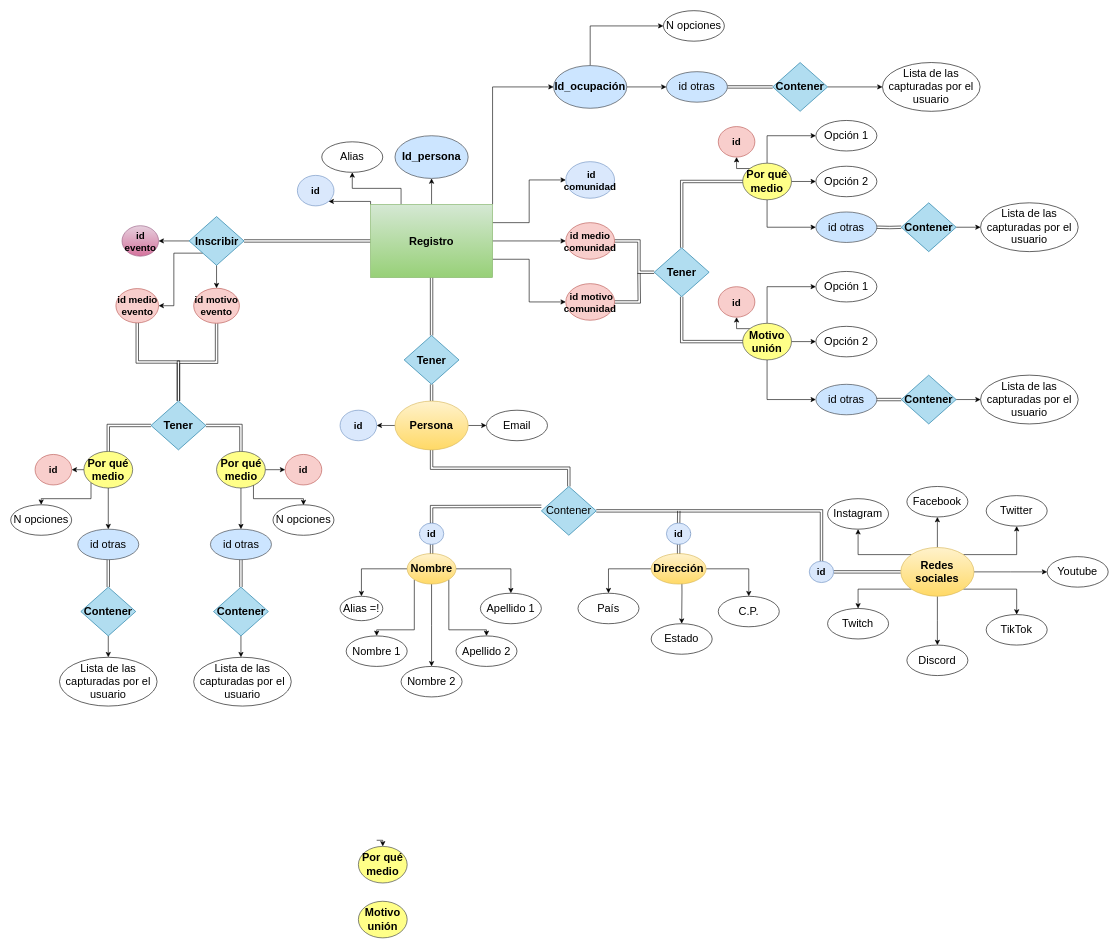
Before: page "Page-4" (4 of 4) of Untitled Diagram.drawio in hongomoon/SkillsForWomenInTech, a draw.io diagram. Source tidied: cells renumbered, new cells numbered last; positions are measured from the earlier drawing's top-left corner, leaving out a move shared by most shapes. Both pictures are drawn from the tidied source at 61%, with x=0, y=0 at pixel (10, 10).
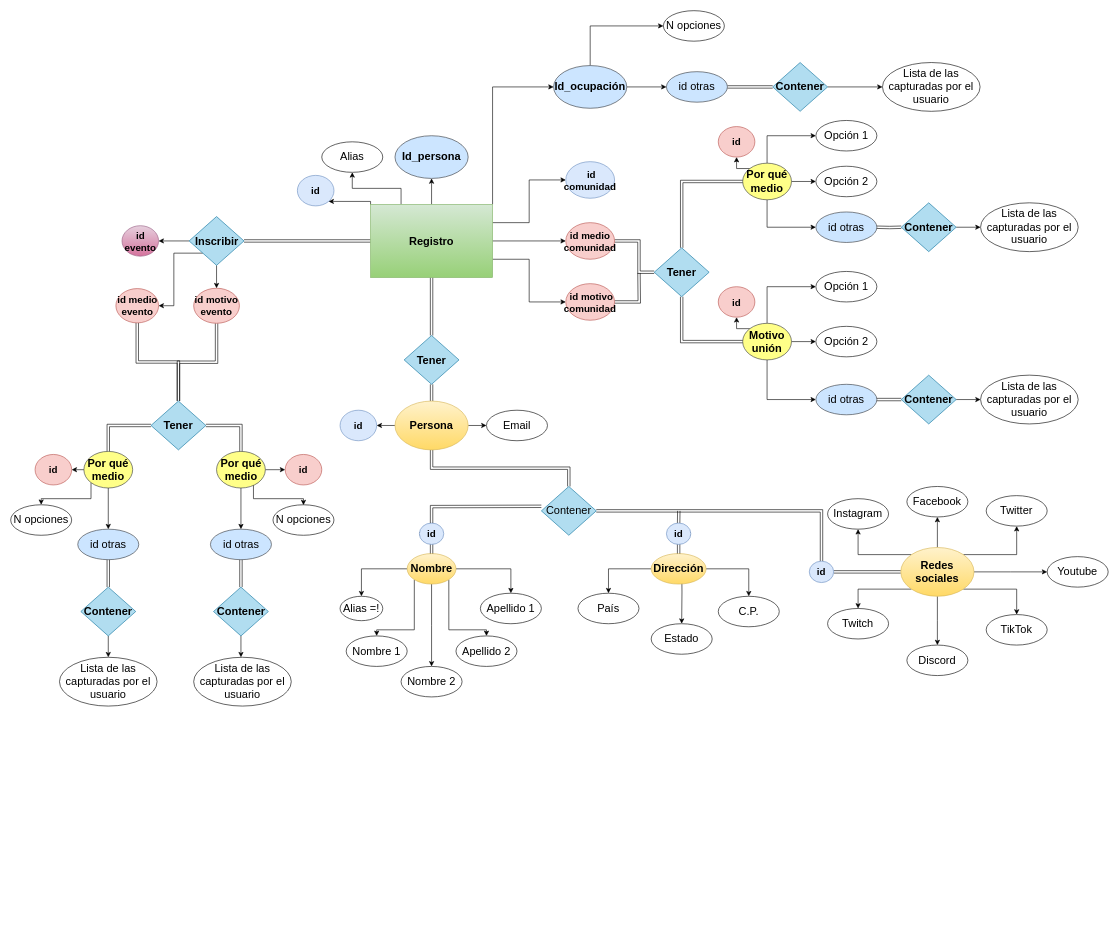
The same page after the edit.

What changed in the source:
```diff
@@
-    <mxCell id="14" style="edgeStyle=orthogonalEdgeStyle;rounded=0;jettySize=auto;html=1;exitX=0.5;exitY=1;exitDx=0;exitDy=0;entryX=0.5;entryY=0;entryDx=0;entryDy=0;fontFamily=Helvetica;fontSize=22;" parent="1" edge="1" target="20">
-      <mxGeometry relative="1" as="geometry">
-        <mxPoint x="600" y="1360" as="sourcePoint" />
-      </mxGeometry>
-    </mxCell>
@@
-    <mxCell id="20" value="&lt;b&gt;Por qué medio&lt;/b&gt;" style="ellipse;whiteSpace=wrap;html=1;fontFamily=Helvetica;fontSize=18;fillColor=#ffff88;strokeColor=#36393d;" parent="1" vertex="1">
-      <mxGeometry x="570" y="1370" width="80" height="60" as="geometry" />
-    </mxCell>
-    <mxCell id="21" value="&lt;b&gt;Motivo unión&lt;/b&gt;" style="ellipse;whiteSpace=wrap;html=1;fontFamily=Helvetica;fontSize=18;fillColor=#ffff88;strokeColor=#36393d;" parent="1" vertex="1">
-      <mxGeometry x="570" y="1460" width="80" height="60" as="geometry" />
-    </mxCell>
```
